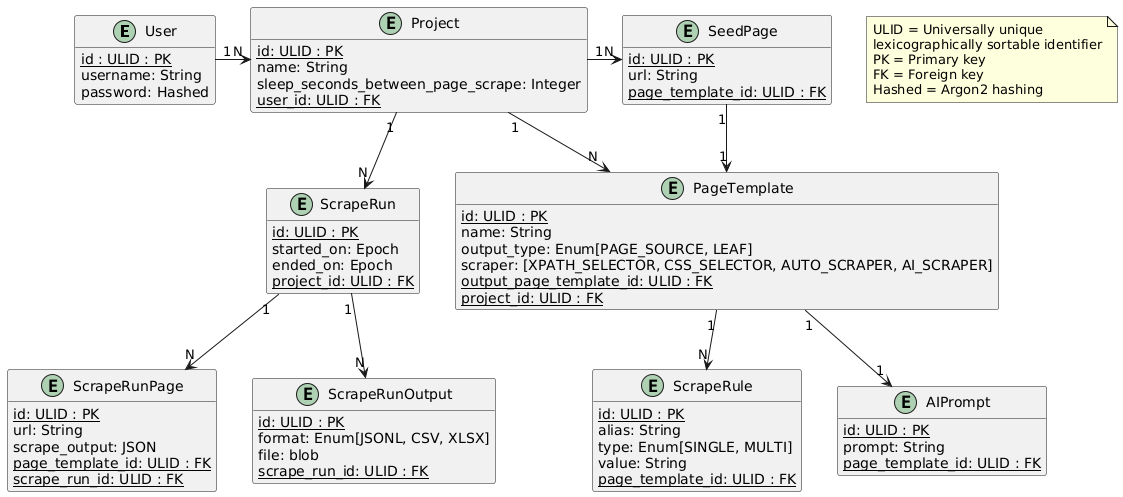
Above: plantuml/output/db-schema.png in tejas0908/EasyScraper (PlantUML), before the change. Source of this version:
```plantuml
@startuml
entity User {
    {static} id : ULID : PK
    username: String
    password: Hashed
}
entity Project {
    {static} id: ULID : PK
    name: String
    sleep_seconds_between_page_scrape: Integer
    {static} user_id: ULID : FK
}
entity PageTemplate {
    {static} id: ULID : PK
    name: String
    output_type: Enum[PAGE_SOURCE, LEAF]
    scraper: [XPATH_SELECTOR, CSS_SELECTOR, AUTO_SCRAPER, AI_SCRAPER]
    {static} output_page_template_id: ULID : FK
    {static} project_id: ULID : FK
}
entity ScrapeRule {
    {static} id: ULID : PK
    alias: String
    type: Enum[SINGLE, MULTI]
    value: String
    {static} page_template_id: ULID : FK
}
entity AIPrompt {
    {static} id: ULID : PK
    prompt: String
    {static} page_template_id: ULID : FK
}
entity SeedPage {
    {static} id: ULID : PK
    url: String
    {static} page_template_id: ULID : FK
}
entity ScrapeRun {
    {static} id: ULID : PK
    started_on: Epoch
    ended_on: Epoch
    {static} project_id: ULID : FK
}
entity ScrapeRunPage {
    {static} id: ULID : PK
    url: String
    scrape_output: JSON
    {static} page_template_id: ULID : FK
    {static} scrape_run_id: ULID : FK
}
entity ScrapeRunOutput {
    {static} id: ULID : PK
    format: Enum[JSONL, CSV, XLSX]
    file: blob
    {static} scrape_run_id: ULID : FK
}

User "1" -right-> "N" Project
Project "1" -down-> "N" PageTemplate
Project "1" -right-> "N" SeedPage
SeedPage "1" -down-> "1" PageTemplate
PageTemplate "1" --> "N" ScrapeRule
PageTemplate "1" --> "1" AIPrompt
Project "1" --> "N" ScrapeRun
ScrapeRun "1" --> "N" ScrapeRunPage
ScrapeRun "1" --> "N" ScrapeRunOutput

hide User methods
hide Project methods
hide PageTemplate methods
hide SeedPage methods
hide ScrapeRule methods
hide AIPrompt methods
hide ScrapeRun methods
hide ScrapeRunPage methods
hide ScrapeRunOutput methods

note as N1
    ULID = Universally unique
    lexicographically sortable identifier
    PK = Primary key
    FK = Foreign key
    Hashed = Argon2 hashing
end note
@enduml
```
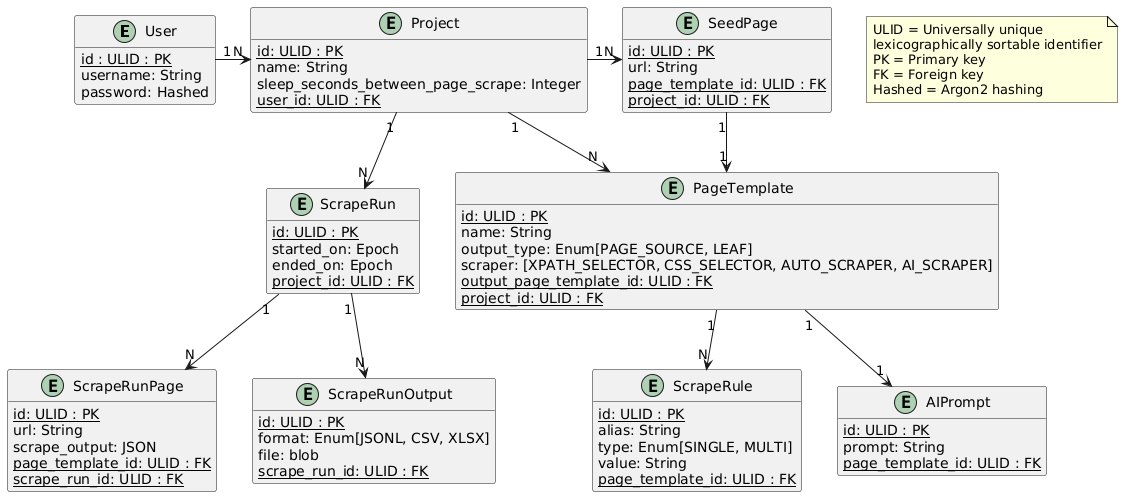
The same diagram one commit later.

Change to the diagram source:
```diff
@@ -34,6 +34,7 @@
     {static} id: ULID : PK
     url: String
     {static} page_template_id: ULID : FK
+    {static} project_id: ULID : FK
 }
 entity ScrapeRun {
     {static} id: ULID : PK
```
